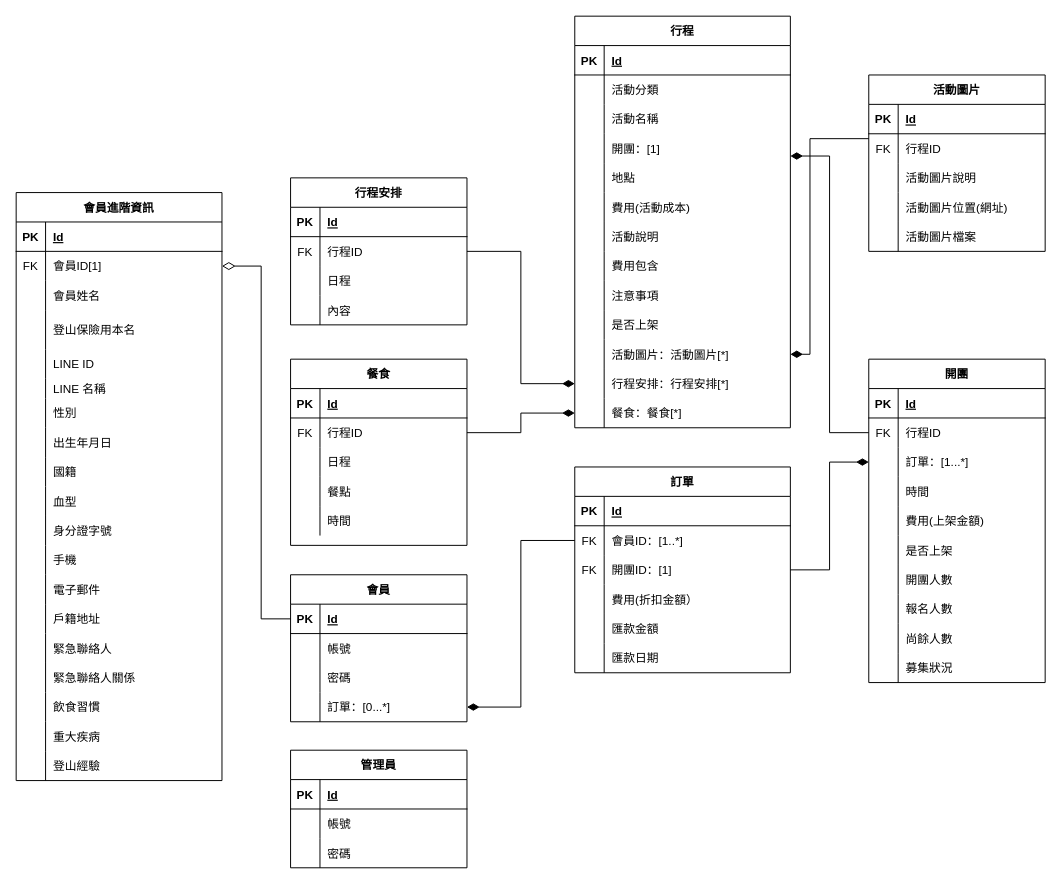
Above: Untitled Diagram.drawio in Yizi-Yeh/MT-Databaseplanning (draw.io), before the change. Source tidied: cells renumbered, new cells numbered last; positions are measured from the earlier drawing's top-left corner, leaving out a move shared by most shapes. Both pictures are drawn from the tidied source at 98%, with x=0, y=0 at pixel (16, 16).
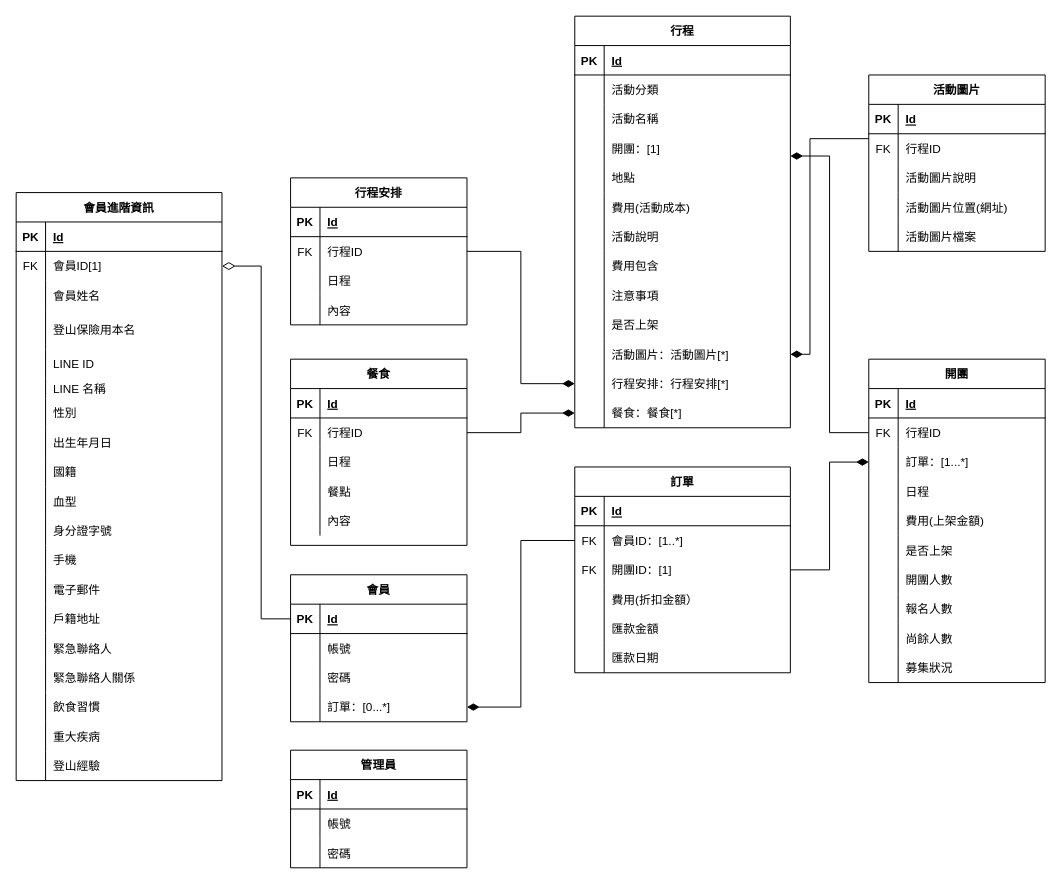
Above is the later version.

The change refers to these unchanged cells:
```xml
<mxCell id="52" style="shape=partialRectangle;fillColor=none;top=0;left=0;bottom=0;right=0;" parent="42" vertex="1">
  <mxGeometry y="120" width="180" height="30" as="geometry" />
</mxCell>
<mxCell id="99" style="shape=partialRectangle;fillColor=none;top=0;left=0;bottom=0;right=0;" parent="86" vertex="1">
  <mxGeometry y="150" width="180" height="30" as="geometry" />
</mxCell>
```

The edit, as a diff of the source:
```diff
@@
-    <mxCell id="54" value="時間" style="shape=partialRectangle;fillColor=none;top=0;left=0;bottom=0;right=0;align=left;spacingLeft=6;overflow=hidden;" parent="52" vertex="1">
+    <mxCell id="54" value="日程" style="shape=partialRectangle;fillColor=none;top=0;left=0;bottom=0;right=0;align=left;spacingLeft=6;overflow=hidden;" parent="52" vertex="1">
       <mxGeometry x="30" width="150" height="30" as="geometry" />
     </mxCell>
@@
-    <mxCell id="101" value="時間" style="shape=partialRectangle;fillColor=none;top=0;left=0;bottom=0;right=0;align=left;spacingLeft=6;overflow=hidden;" parent="99" vertex="1">
+    <mxCell id="101" value="內容" style="shape=partialRectangle;fillColor=none;top=0;left=0;bottom=0;right=0;align=left;spacingLeft=6;overflow=hidden;" parent="99" vertex="1">
       <mxGeometry x="30" width="150" height="30" as="geometry" />
     </mxCell>
```
